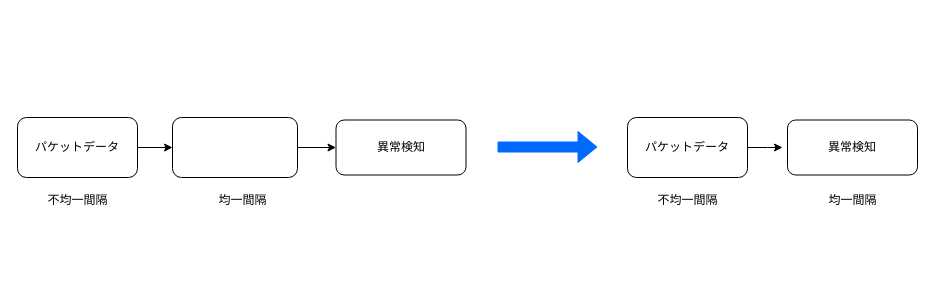
This is iregglular.drawio from Rwatana/Rwatana.github.io, a draw.io file, before an edit. Source tidied: cells renumbered, new cells numbered last; positions are measured from the earlier drawing's top-left corner, leaving out a move shared by most shapes. Both pictures are drawn from the tidied source at 100%, with x=0, y=0 at pixel (17, 117).
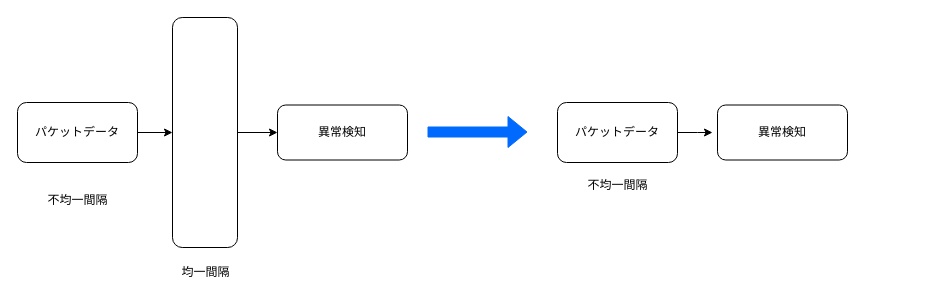
The same page after the edit.

Commit message:
iregglular.drawio を更新します

Diff of the diagram source:
```diff
@@
 <mxGraphModel>
   <root>
     <mxCell id="0" />
     <mxCell id="1" parent="0" />
     <mxCell id="2" style="edgeStyle=orthogonalEdgeStyle;rounded=0;jettySize=auto;html=1;" parent="1" edge="1" source="3" target="6">
       <mxGeometry relative="1" as="geometry" />
     </mxCell>
     <mxCell id="3" value="パケットデータ" style="rounded=1;whiteSpace=wrap;html=1;" parent="1" vertex="1">
-      <mxGeometry width="120" height="60" as="geometry" />
+      <mxGeometry y="-15" width="120" height="60" as="geometry" />
     </mxCell>
     <mxCell id="4" style="edgeStyle=orthogonalEdgeStyle;rounded=0;orthogonalLoop=1;jettySize=auto;html=1;exitX=1;exitY=0.5;exitDx=0;exitDy=0;entryX=1;entryY=0.5;entryDx=0;entryDy=0;" parent="1" edge="1" source="6" target="6">
       <mxGeometry relative="1" as="geometry" />
     </mxCell>
     <mxCell id="5" style="edgeStyle=orthogonalEdgeStyle;rounded=0;jettySize=auto;html=1;" parent="1" edge="1" source="6" target="9">
       <mxGeometry relative="1" as="geometry" />
     </mxCell>
     <mxCell id="6" style="whiteSpace=wrap;html=1;rounded=1;" parent="1" vertex="1">
-      <mxGeometry x="155" width="125" height="60" as="geometry" />
+      <mxGeometry x="155" y="-100" width="65" height="230" as="geometry" />
     </mxCell>
     <mxCell id="7" value="不均一間隔" style="text;html=1;align=center;verticalAlign=middle;strokeColor=none;fillColor=none;" parent="1" vertex="1">
       <mxGeometry x="20" y="68" width="80" height="30" as="geometry" />
     </mxCell>
     <mxCell id="8" value="均一間隔" style="text;html=1;align=center;verticalAlign=middle;strokeColor=none;fillColor=none;" parent="1" vertex="1">
-      <mxGeometry x="190" y="68" width="70" height="30" as="geometry" />
+      <mxGeometry x="152.5" y="140" width="70" height="30" as="geometry" />
     </mxCell>
     <mxCell id="9" value="異常検知" style="whiteSpace=wrap;html=1;rounded=1;" parent="1" vertex="1">
-      <mxGeometry x="318.5" y="2.5" width="130" height="55" as="geometry" />
+      <mxGeometry x="260" y="-12.5" width="130" height="55" as="geometry" />
     </mxCell>
     <mxCell id="10" style="edgeStyle=orthogonalEdgeStyle;rounded=0;jettySize=auto;html=1;" parent="1" edge="1" source="11">
       <mxGeometry relative="1" as="geometry">
-        <mxPoint x="765" y="30" as="targetPoint" />
+        <mxPoint x="695" y="15" as="targetPoint" />
       </mxGeometry>
     </mxCell>
     <mxCell id="11" value="パケットデータ" style="rounded=1;whiteSpace=wrap;html=1;" parent="1" vertex="1">
-      <mxGeometry x="610" width="120" height="60" as="geometry" />
+      <mxGeometry x="540" y="-15" width="120" height="60" as="geometry" />
     </mxCell>
     <mxCell id="12" style="edgeStyle=orthogonalEdgeStyle;rounded=0;orthogonalLoop=1;jettySize=auto;html=1;exitX=1;exitY=0.5;exitDx=0;exitDy=0;entryX=1;entryY=0.5;entryDx=0;entryDy=0;" parent="1" edge="1">
       <mxGeometry relative="1" as="geometry">
-        <mxPoint x="890" y="30" as="sourcePoint" />
-        <mxPoint x="890" y="30" as="targetPoint" />
+        <mxPoint x="820" y="15" as="sourcePoint" />
+        <mxPoint x="820" y="15" as="targetPoint" />
       </mxGeometry>
     </mxCell>
     <mxCell id="13" value="不均一間隔" style="text;html=1;align=center;verticalAlign=middle;strokeColor=none;fillColor=none;" parent="1" vertex="1">
-      <mxGeometry x="630" y="68" width="80" height="30" as="geometry" />
+      <mxGeometry x="560" y="53" width="80" height="30" as="geometry" />
     </mxCell>
-    <mxCell id="14" value="均一間隔" style="text;html=1;align=center;verticalAlign=middle;strokeColor=none;fillColor=none;" parent="1" vertex="1">
-      <mxGeometry x="800" y="68" width="70" height="30" as="geometry" />
-    </mxCell>
     <mxCell id="15" value="異常検知" style="whiteSpace=wrap;html=1;rounded=1;" parent="1" vertex="1">
-      <mxGeometry x="770" y="2.5" width="130" height="55" as="geometry" />
+      <mxGeometry x="700" y="-12.5" width="130" height="55" as="geometry" />
     </mxCell>
     <mxCell id="16" style="shape=flexArrow;endArrow=classic;html=1;rounded=0;fillColor=#006aff;strokeColor=#006aff;" parent="1" edge="1">
       <mxGeometry relative="1" as="geometry">
-        <mxPoint x="480" y="29.5" as="sourcePoint" />
-        <mxPoint x="580" y="29.5" as="targetPoint" />
+        <mxPoint x="410" y="14.5" as="sourcePoint" />
+        <mxPoint x="510" y="14.5" as="targetPoint" />
       </mxGeometry>
     </mxCell>
   </root>
 </mxGraphModel>
```
